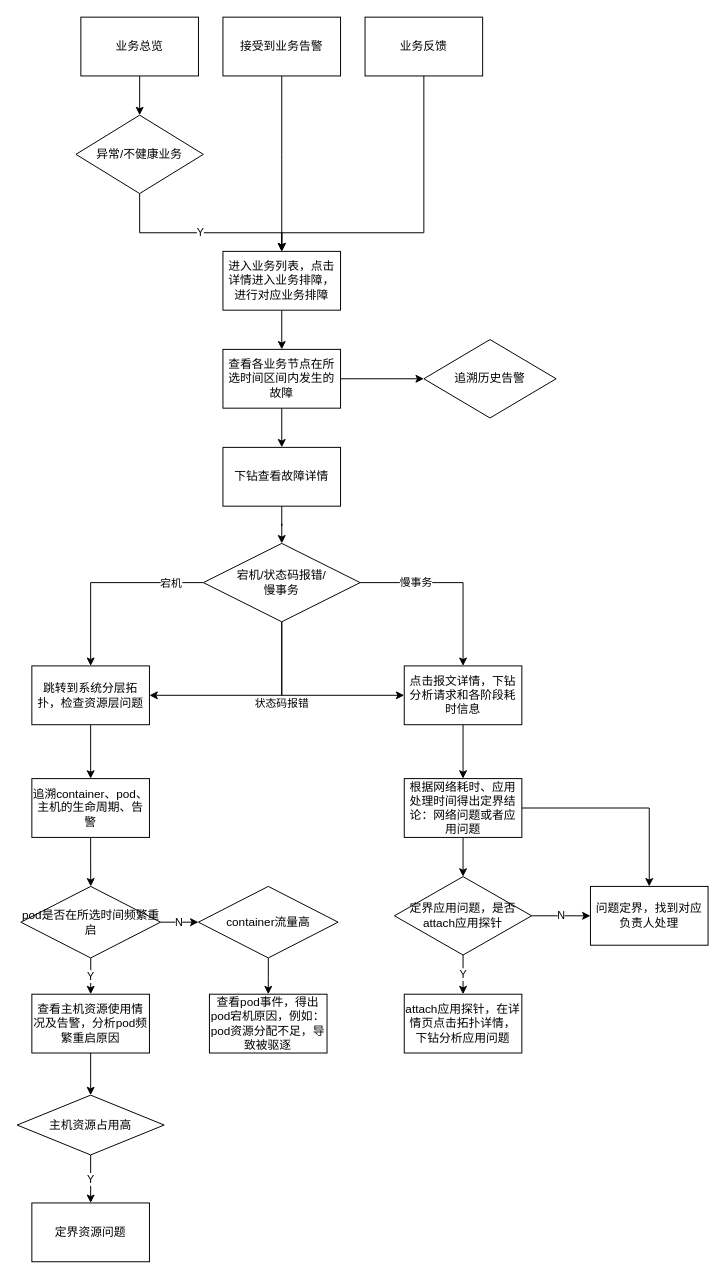
This is Untitled Diagram.drawio from zhangcb001/Python-100-Days, a draw.io file, before an edit. Source tidied: cells renumbered, new cells numbered last; positions are measured from the earlier drawing's top-left corner, leaving out a move shared by most shapes. Both pictures are drawn from the tidied source at 98%, with x=0, y=0 at pixel (17, 17).
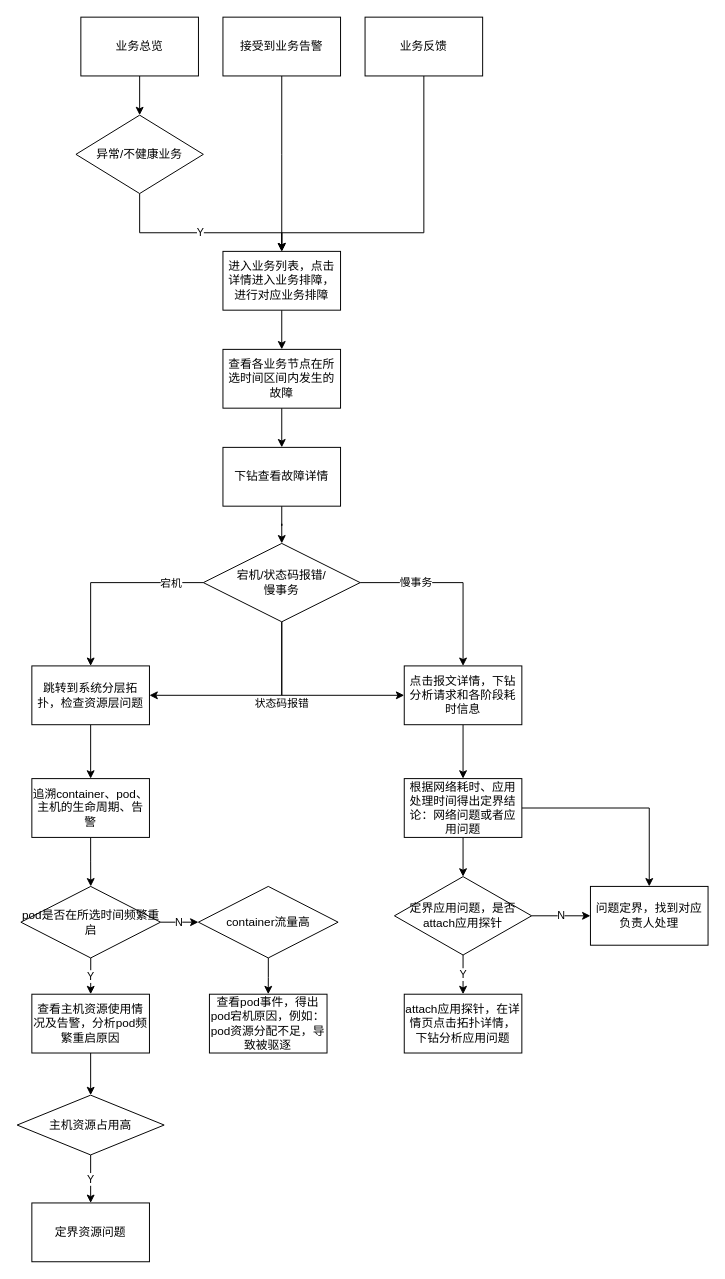
After the change.

The change refers to these unchanged cells:
```xml
<mxCell id="12" value="查看各业务节点在所选时间区间内发生的故障" style="whiteSpace=wrap;html=1;rounded=0;" parent="1" vertex="1">
  <mxGeometry x="210" y="339" width="120" height="60" as="geometry" />
</mxCell>
```

Change to the diagram source:
```diff
@@
-    <mxCell id="10" style="edgeStyle=orthogonalEdgeStyle;rounded=0;jettySize=auto;html=1;" parent="1" edge="1" source="12" target="13">
-      <mxGeometry relative="1" as="geometry" />
-    </mxCell>
@@
-    <mxCell id="13" value="追溯历史告警" style="rhombus;whiteSpace=wrap;html=1;rounded=0;" parent="1" vertex="1">
-      <mxGeometry x="415" y="329" width="135" height="80" as="geometry" />
-    </mxCell>
```
